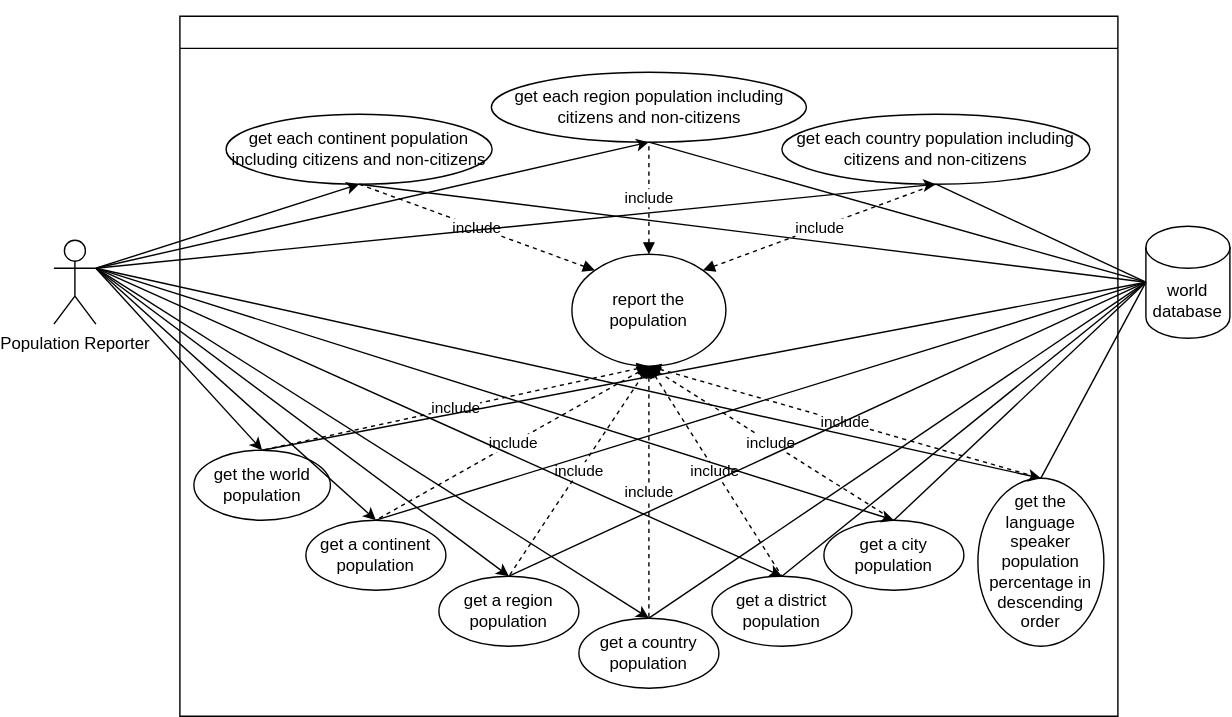
The draw.io diagram use-cases/PopulationReporterUseCase.svg in naingkhanthtet/devopteam4, before a commit. Source tidied: cells renumbered, new cells last; positions are measured from the earlier drawing's top-left corner, leaving out a move shared by most shapes. Source of this version:
```xml
<mxGraphModel>
  <root>
    <mxCell id="0" />
    <mxCell id="1" parent="0" />
    <mxCell id="2" value="Population Reporter" style="shape=umlActor;verticalLabelPosition=bottom;verticalAlign=top;html=1;outlineConnect=0;" parent="1" vertex="1">
      <mxGeometry y="160" width="30" height="60" as="geometry" />
    </mxCell>
    <mxCell id="3" value="&lt;h3 style=&quot;color: rgb(255, 255, 255); font-style: normal; font-variant-ligatures: normal; font-variant-caps: normal; font-weight: 400; letter-spacing: normal; orphans: 2; text-align: start; text-indent: 0px; text-transform: none; widows: 2; word-spacing: 0px; -webkit-text-stroke-width: 0px; text-decoration-thickness: initial; text-decoration-style: initial; text-decoration-color: initial; overflow-wrap: break-word;&quot;&gt;&lt;font face=&quot;Helvetica&quot;&gt;Population Reporting System&lt;/font&gt;&lt;/h3&gt;" style="swimlane;whiteSpace=wrap;html=1;" parent="1" vertex="1">
      <mxGeometry x="90" width="670" height="500" as="geometry" />
    </mxCell>
    <mxCell id="4" value="get each continent population including citizens and non-citizens" style="ellipse;whiteSpace=wrap;html=1;" parent="3" vertex="1">
      <mxGeometry x="33" y="70" width="190" height="50" as="geometry" />
    </mxCell>
    <mxCell id="5" value="get each region population including citizens and non-citizens" style="ellipse;whiteSpace=wrap;html=1;" parent="3" vertex="1">
      <mxGeometry x="222.5" y="40" width="225" height="50" as="geometry" />
    </mxCell>
    <mxCell id="6" value="get the world population" style="ellipse;whiteSpace=wrap;html=1;" parent="3" vertex="1">
      <mxGeometry x="10" y="310" width="97.5" height="50" as="geometry" />
    </mxCell>
    <mxCell id="7" value="get a region population" style="ellipse;whiteSpace=wrap;html=1;" parent="3" vertex="1">
      <mxGeometry x="185" y="400" width="100" height="50" as="geometry" />
    </mxCell>
    <mxCell id="8" value="get a continent population" style="ellipse;whiteSpace=wrap;html=1;" parent="3" vertex="1">
      <mxGeometry x="90" y="360" width="100" height="50" as="geometry" />
    </mxCell>
    <mxCell id="9" value="report the population" style="ellipse;whiteSpace=wrap;html=1;" parent="3" vertex="1">
      <mxGeometry x="280" y="170" width="110" height="80" as="geometry" />
    </mxCell>
    <mxCell id="10" value="include" style="endArrow=none;dashed=1;html=1;rounded=0;fontFamily=Helvetica;entryX=0.5;entryY=1;entryDx=0;entryDy=0;endFill=0;startArrow=block;startFill=1;exitX=0.5;exitY=0;exitDx=0;exitDy=0;" parent="3" edge="1" source="9" target="5">
      <mxGeometry relative="1" as="geometry" />
    </mxCell>
    <mxCell id="11" value="include" style="endArrow=none;dashed=1;html=1;rounded=0;fontFamily=Helvetica;entryX=0.5;entryY=1;entryDx=0;entryDy=0;endFill=0;startArrow=block;startFill=1;exitX=0;exitY=0;exitDx=0;exitDy=0;" parent="3" edge="1" source="9" target="4">
      <mxGeometry relative="1" as="geometry" />
    </mxCell>
    <mxCell id="12" value="include" style="endArrow=none;dashed=1;html=1;rounded=0;fontFamily=Helvetica;entryX=0.5;entryY=0;entryDx=0;entryDy=0;endFill=0;startArrow=block;startFill=1;exitX=0.5;exitY=1;exitDx=0;exitDy=0;" parent="3" edge="1" source="9" target="8">
      <mxGeometry relative="1" as="geometry" />
    </mxCell>
    <mxCell id="13" value="include" style="endArrow=none;dashed=1;html=1;rounded=0;fontFamily=Helvetica;entryX=0.5;entryY=0;entryDx=0;entryDy=0;endFill=0;startArrow=block;startFill=1;exitX=0.5;exitY=1;exitDx=0;exitDy=0;" parent="3" edge="1" source="9" target="6">
      <mxGeometry relative="1" as="geometry" />
    </mxCell>
    <mxCell id="14" value="include" style="endArrow=none;dashed=1;html=1;rounded=0;fontFamily=Helvetica;entryX=0.5;entryY=0;entryDx=0;entryDy=0;endFill=0;startArrow=block;startFill=1;exitX=0.5;exitY=1;exitDx=0;exitDy=0;" parent="3" edge="1" source="9" target="7">
      <mxGeometry relative="1" as="geometry" />
    </mxCell>
    <mxCell id="15" value="get each country population including citizens and non-citizens" style="ellipse;whiteSpace=wrap;html=1;" parent="3" vertex="1">
      <mxGeometry x="430" y="70" width="220" height="50" as="geometry" />
    </mxCell>
    <mxCell id="16" value="include" style="endArrow=none;dashed=1;html=1;rounded=0;fontFamily=Helvetica;entryX=0.5;entryY=1;entryDx=0;entryDy=0;endFill=0;startArrow=block;startFill=1;exitX=1;exitY=0;exitDx=0;exitDy=0;" parent="3" edge="1" source="9" target="15">
      <mxGeometry relative="1" as="geometry" />
    </mxCell>
    <mxCell id="17" value="get a country population" style="ellipse;whiteSpace=wrap;html=1;" parent="3" vertex="1">
      <mxGeometry x="285" y="430" width="100" height="50" as="geometry" />
    </mxCell>
    <mxCell id="18" value="get a district population" style="ellipse;whiteSpace=wrap;html=1;" parent="3" vertex="1">
      <mxGeometry x="380" y="400" width="100" height="50" as="geometry" />
    </mxCell>
    <mxCell id="19" value="get a city population" style="ellipse;whiteSpace=wrap;html=1;" parent="3" vertex="1">
      <mxGeometry x="460" y="360" width="100" height="50" as="geometry" />
    </mxCell>
    <mxCell id="20" value="include" style="endArrow=none;dashed=1;html=1;rounded=0;fontFamily=Helvetica;entryX=0.5;entryY=0;entryDx=0;entryDy=0;endFill=0;startArrow=block;startFill=1;exitX=0.5;exitY=1;exitDx=0;exitDy=0;" parent="3" edge="1" source="9" target="17">
      <mxGeometry relative="1" as="geometry" />
    </mxCell>
    <mxCell id="21" value="include" style="endArrow=none;dashed=1;html=1;rounded=0;fontFamily=Helvetica;entryX=0.5;entryY=0;entryDx=0;entryDy=0;endFill=0;startArrow=block;startFill=1;exitX=0.5;exitY=1;exitDx=0;exitDy=0;" parent="3" edge="1" source="9" target="18">
      <mxGeometry relative="1" as="geometry" />
    </mxCell>
    <mxCell id="22" value="include" style="endArrow=none;dashed=1;html=1;rounded=0;fontFamily=Helvetica;entryX=0.5;entryY=0;entryDx=0;entryDy=0;endFill=0;startArrow=block;startFill=1;exitX=0.5;exitY=1;exitDx=0;exitDy=0;" parent="3" edge="1" source="9" target="19">
      <mxGeometry relative="1" as="geometry" />
    </mxCell>
    <mxCell id="23" value="get the language speaker population percentage in descending order" style="ellipse;whiteSpace=wrap;html=1;" parent="3" vertex="1">
      <mxGeometry x="570" y="330" width="90" height="120" as="geometry" />
    </mxCell>
    <mxCell id="24" value="include" style="endArrow=none;dashed=1;html=1;rounded=0;fontFamily=Helvetica;entryX=0.5;entryY=0;entryDx=0;entryDy=0;endFill=0;startArrow=block;startFill=1;exitX=0.5;exitY=1;exitDx=0;exitDy=0;" parent="3" edge="1" source="9" target="23">
      <mxGeometry relative="1" as="geometry" />
    </mxCell>
    <mxCell id="25" value="world database" style="shape=cylinder3;whiteSpace=wrap;html=1;boundedLbl=1;backgroundOutline=1;size=15;" parent="1" vertex="1">
      <mxGeometry x="780" y="150" width="60" height="80" as="geometry" />
    </mxCell>
    <mxCell id="26" style="endArrow=classic;html=1;rounded=0;fontFamily=Helvetica;exitX=1;exitY=0.3333333333333333;exitDx=0;exitDy=0;exitPerimeter=0;entryX=0.5;entryY=0;entryDx=0;entryDy=0;" parent="1" edge="1" source="2" target="6">
      <mxGeometry relative="1" as="geometry" />
    </mxCell>
    <mxCell id="27" style="endArrow=classic;html=1;rounded=0;fontFamily=Helvetica;entryX=0.5;entryY=1;entryDx=0;entryDy=0;exitX=1;exitY=0.3333333333333333;exitDx=0;exitDy=0;exitPerimeter=0;" parent="1" edge="1" source="2" target="15">
      <mxGeometry relative="1" as="geometry" />
    </mxCell>
    <mxCell id="28" style="endArrow=classic;html=1;rounded=0;fontFamily=Helvetica;exitX=1;exitY=0.3333333333333333;exitDx=0;exitDy=0;exitPerimeter=0;entryX=0.5;entryY=1;entryDx=0;entryDy=0;" parent="1" edge="1" source="2" target="5">
      <mxGeometry relative="1" as="geometry" />
    </mxCell>
    <mxCell id="29" style="endArrow=classic;html=1;fontFamily=Helvetica;exitX=1;exitY=0.3333333333333333;exitDx=0;exitDy=0;exitPerimeter=0;entryX=0.5;entryY=1;entryDx=0;entryDy=0;curved=1;" parent="1" edge="1" source="2" target="4">
      <mxGeometry relative="1" as="geometry" />
    </mxCell>
    <mxCell id="30" style="endArrow=none;html=1;fontFamily=Helvetica;curved=1;entryX=0;entryY=0.5;entryDx=0;entryDy=0;entryPerimeter=0;exitX=0.5;exitY=0;exitDx=0;exitDy=0;" parent="1" edge="1" source="8" target="25">
      <mxGeometry relative="1" as="geometry" />
    </mxCell>
    <mxCell id="31" style="endArrow=none;html=1;fontFamily=Helvetica;curved=1;entryX=0;entryY=0.5;entryDx=0;entryDy=0;entryPerimeter=0;exitX=0.5;exitY=0;exitDx=0;exitDy=0;" parent="1" edge="1" source="7" target="25">
      <mxGeometry relative="1" as="geometry" />
    </mxCell>
    <mxCell id="32" style="endArrow=none;html=1;fontFamily=Helvetica;curved=1;entryX=0;entryY=0.5;entryDx=0;entryDy=0;entryPerimeter=0;exitX=0.5;exitY=0;exitDx=0;exitDy=0;" parent="1" edge="1" source="6" target="25">
      <mxGeometry relative="1" as="geometry" />
    </mxCell>
    <mxCell id="33" style="endArrow=none;html=1;fontFamily=Helvetica;curved=1;entryX=0;entryY=0.5;entryDx=0;entryDy=0;entryPerimeter=0;exitX=0.5;exitY=1;exitDx=0;exitDy=0;" parent="1" edge="1" source="5" target="25">
      <mxGeometry relative="1" as="geometry" />
    </mxCell>
    <mxCell id="34" style="endArrow=none;html=1;fontFamily=Helvetica;curved=1;entryX=0;entryY=0.5;entryDx=0;entryDy=0;entryPerimeter=0;exitX=0.5;exitY=1;exitDx=0;exitDy=0;startArrow=none;" parent="1" edge="1" source="15" target="25">
      <mxGeometry relative="1" as="geometry" />
    </mxCell>
    <mxCell id="35" style="endArrow=none;html=1;fontFamily=Helvetica;curved=1;entryX=0;entryY=0.5;entryDx=0;entryDy=0;entryPerimeter=0;exitX=0.5;exitY=1;exitDx=0;exitDy=0;" parent="1" edge="1" source="4" target="25">
      <mxGeometry relative="1" as="geometry" />
    </mxCell>
    <mxCell id="36" style="endArrow=none;html=1;fontFamily=Helvetica;curved=1;entryX=0;entryY=0.5;entryDx=0;entryDy=0;entryPerimeter=0;exitX=0.5;exitY=0;exitDx=0;exitDy=0;" parent="1" edge="1" source="18" target="25">
      <mxGeometry relative="1" as="geometry" />
    </mxCell>
    <mxCell id="37" style="endArrow=none;html=1;fontFamily=Helvetica;curved=1;entryX=0;entryY=0.5;entryDx=0;entryDy=0;entryPerimeter=0;exitX=0.5;exitY=0;exitDx=0;exitDy=0;" parent="1" edge="1" source="17" target="25">
      <mxGeometry relative="1" as="geometry" />
    </mxCell>
    <mxCell id="38" style="endArrow=none;html=1;fontFamily=Helvetica;curved=1;entryX=0;entryY=0.5;entryDx=0;entryDy=0;entryPerimeter=0;exitX=0.5;exitY=0;exitDx=0;exitDy=0;" parent="1" edge="1" source="19" target="25">
      <mxGeometry relative="1" as="geometry" />
    </mxCell>
    <mxCell id="39" style="endArrow=classic;html=1;rounded=0;fontFamily=Helvetica;exitX=1;exitY=0.3333333333333333;exitDx=0;exitDy=0;exitPerimeter=0;entryX=0.5;entryY=0;entryDx=0;entryDy=0;" parent="1" edge="1" source="2" target="8">
      <mxGeometry relative="1" as="geometry" />
    </mxCell>
    <mxCell id="40" style="endArrow=classic;html=1;rounded=0;fontFamily=Helvetica;exitX=1;exitY=0.3333333333333333;exitDx=0;exitDy=0;exitPerimeter=0;entryX=0.5;entryY=0;entryDx=0;entryDy=0;" parent="1" edge="1" source="2" target="7">
      <mxGeometry relative="1" as="geometry" />
    </mxCell>
    <mxCell id="41" style="endArrow=classic;html=1;rounded=0;fontFamily=Helvetica;exitX=1;exitY=0.3333333333333333;exitDx=0;exitDy=0;exitPerimeter=0;entryX=0.5;entryY=0;entryDx=0;entryDy=0;" parent="1" edge="1" source="2" target="17">
      <mxGeometry relative="1" as="geometry" />
    </mxCell>
    <mxCell id="42" style="endArrow=classic;html=1;rounded=0;fontFamily=Helvetica;exitX=1;exitY=0.3333333333333333;exitDx=0;exitDy=0;exitPerimeter=0;entryX=0.5;entryY=0;entryDx=0;entryDy=0;" parent="1" edge="1" source="2" target="18">
      <mxGeometry relative="1" as="geometry" />
    </mxCell>
    <mxCell id="43" style="endArrow=classic;html=1;rounded=0;fontFamily=Helvetica;exitX=1;exitY=0.3333333333333333;exitDx=0;exitDy=0;exitPerimeter=0;entryX=0.5;entryY=0;entryDx=0;entryDy=0;" parent="1" edge="1" source="2" target="19">
      <mxGeometry relative="1" as="geometry" />
    </mxCell>
    <mxCell id="44" style="endArrow=none;html=1;fontFamily=Helvetica;curved=1;entryX=0;entryY=0.5;entryDx=0;entryDy=0;entryPerimeter=0;exitX=0.5;exitY=0;exitDx=0;exitDy=0;" parent="1" edge="1" source="23" target="25">
      <mxGeometry relative="1" as="geometry" />
    </mxCell>
    <mxCell id="45" style="endArrow=classic;html=1;rounded=0;fontFamily=Helvetica;exitX=1;exitY=0.3333333333333333;exitDx=0;exitDy=0;exitPerimeter=0;entryX=0.5;entryY=0;entryDx=0;entryDy=0;" parent="1" edge="1" source="2" target="23">
      <mxGeometry relative="1" as="geometry" />
    </mxCell>
  </root>
</mxGraphModel>
```
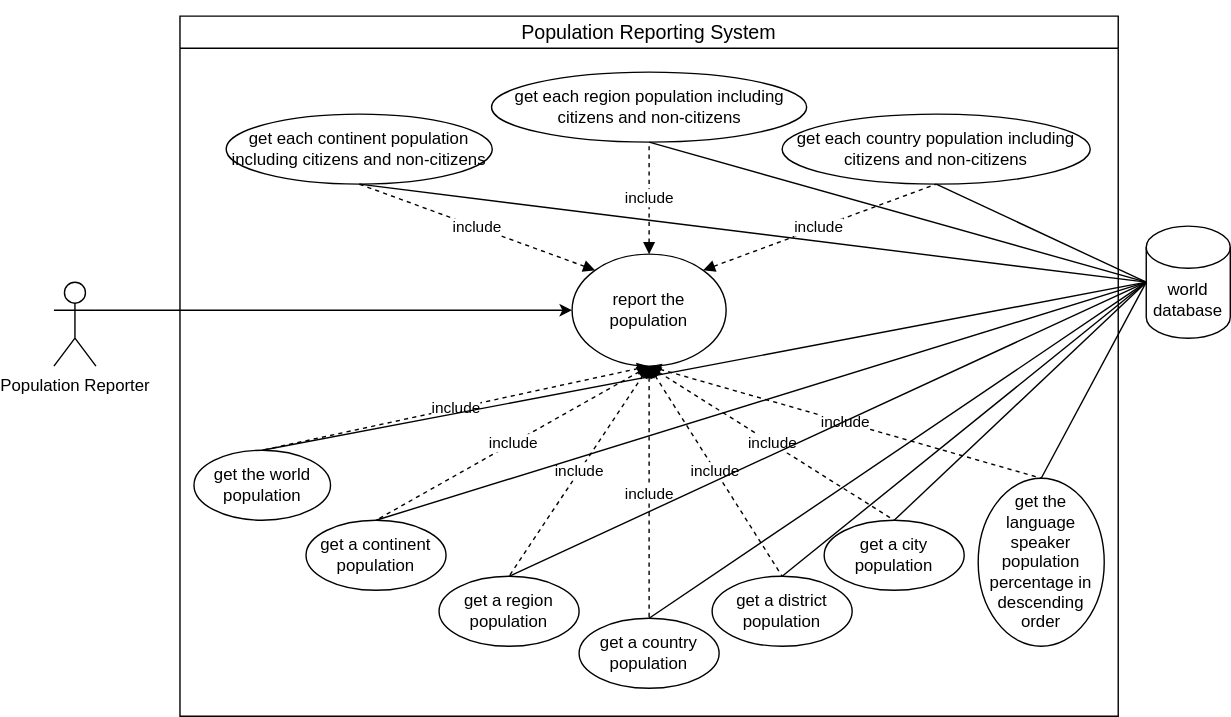
After the change.

Commit message:
new use case diagrams

What changed in the source:
```diff
@@ -3,9 +3,9 @@
     <mxCell id="0" />
     <mxCell id="1" parent="0" />
     <mxCell id="2" value="Population Reporter" style="shape=umlActor;verticalLabelPosition=bottom;verticalAlign=top;html=1;outlineConnect=0;" parent="1" vertex="1">
-      <mxGeometry y="160" width="30" height="60" as="geometry" />
+      <mxGeometry y="190" width="30" height="60" as="geometry" />
     </mxCell>
-    <mxCell id="3" value="&lt;h3 style=&quot;color: rgb(255, 255, 255); font-style: normal; font-variant-ligatures: normal; font-variant-caps: normal; font-weight: 400; letter-spacing: normal; orphans: 2; text-align: start; text-indent: 0px; text-transform: none; widows: 2; word-spacing: 0px; -webkit-text-stroke-width: 0px; text-decoration-thickness: initial; text-decoration-style: initial; text-decoration-color: initial; overflow-wrap: break-word;&quot;&gt;&lt;font face=&quot;Helvetica&quot;&gt;Population Reporting System&lt;/font&gt;&lt;/h3&gt;" style="swimlane;whiteSpace=wrap;html=1;" parent="1" vertex="1">
+    <mxCell id="3" value="&lt;h3 style=&quot;font-style: normal; font-variant-ligatures: normal; font-variant-caps: normal; font-weight: 400; letter-spacing: normal; orphans: 2; text-align: start; text-indent: 0px; text-transform: none; widows: 2; word-spacing: 0px; -webkit-text-stroke-width: 0px; text-decoration-thickness: initial; text-decoration-style: initial; text-decoration-color: initial; overflow-wrap: break-word;&quot;&gt;&lt;font style=&quot;&quot; face=&quot;Helvetica&quot;&gt;Population Reporting System&lt;/font&gt;&lt;/h3&gt;" style="swimlane;whiteSpace=wrap;html=1;" parent="1" vertex="1">
       <mxGeometry x="90" width="670" height="500" as="geometry" />
     </mxCell>
     <mxCell id="4" value="get each continent population including citizens and non-citizens" style="ellipse;whiteSpace=wrap;html=1;" parent="3" vertex="1">
@@ -74,18 +74,6 @@
     <mxCell id="25" value="world database" style="shape=cylinder3;whiteSpace=wrap;html=1;boundedLbl=1;backgroundOutline=1;size=15;" parent="1" vertex="1">
       <mxGeometry x="780" y="150" width="60" height="80" as="geometry" />
     </mxCell>
-    <mxCell id="26" style="endArrow=classic;html=1;rounded=0;fontFamily=Helvetica;exitX=1;exitY=0.3333333333333333;exitDx=0;exitDy=0;exitPerimeter=0;entryX=0.5;entryY=0;entryDx=0;entryDy=0;" parent="1" edge="1" source="2" target="6">
-      <mxGeometry relative="1" as="geometry" />
-    </mxCell>
-    <mxCell id="27" style="endArrow=classic;html=1;rounded=0;fontFamily=Helvetica;entryX=0.5;entryY=1;entryDx=0;entryDy=0;exitX=1;exitY=0.3333333333333333;exitDx=0;exitDy=0;exitPerimeter=0;" parent="1" edge="1" source="2" target="15">
-      <mxGeometry relative="1" as="geometry" />
-    </mxCell>
-    <mxCell id="28" style="endArrow=classic;html=1;rounded=0;fontFamily=Helvetica;exitX=1;exitY=0.3333333333333333;exitDx=0;exitDy=0;exitPerimeter=0;entryX=0.5;entryY=1;entryDx=0;entryDy=0;" parent="1" edge="1" source="2" target="5">
-      <mxGeometry relative="1" as="geometry" />
-    </mxCell>
-    <mxCell id="29" style="endArrow=classic;html=1;fontFamily=Helvetica;exitX=1;exitY=0.3333333333333333;exitDx=0;exitDy=0;exitPerimeter=0;entryX=0.5;entryY=1;entryDx=0;entryDy=0;curved=1;" parent="1" edge="1" source="2" target="4">
-      <mxGeometry relative="1" as="geometry" />
-    </mxCell>
     <mxCell id="30" style="endArrow=none;html=1;fontFamily=Helvetica;curved=1;entryX=0;entryY=0.5;entryDx=0;entryDy=0;entryPerimeter=0;exitX=0.5;exitY=0;exitDx=0;exitDy=0;" parent="1" edge="1" source="8" target="25">
       <mxGeometry relative="1" as="geometry" />
     </mxCell>
@@ -113,25 +101,10 @@
     <mxCell id="38" style="endArrow=none;html=1;fontFamily=Helvetica;curved=1;entryX=0;entryY=0.5;entryDx=0;entryDy=0;entryPerimeter=0;exitX=0.5;exitY=0;exitDx=0;exitDy=0;" parent="1" edge="1" source="19" target="25">
       <mxGeometry relative="1" as="geometry" />
     </mxCell>
-    <mxCell id="39" style="endArrow=classic;html=1;rounded=0;fontFamily=Helvetica;exitX=1;exitY=0.3333333333333333;exitDx=0;exitDy=0;exitPerimeter=0;entryX=0.5;entryY=0;entryDx=0;entryDy=0;" parent="1" edge="1" source="2" target="8">
-      <mxGeometry relative="1" as="geometry" />
-    </mxCell>
-    <mxCell id="40" style="endArrow=classic;html=1;rounded=0;fontFamily=Helvetica;exitX=1;exitY=0.3333333333333333;exitDx=0;exitDy=0;exitPerimeter=0;entryX=0.5;entryY=0;entryDx=0;entryDy=0;" parent="1" edge="1" source="2" target="7">
-      <mxGeometry relative="1" as="geometry" />
-    </mxCell>
-    <mxCell id="41" style="endArrow=classic;html=1;rounded=0;fontFamily=Helvetica;exitX=1;exitY=0.3333333333333333;exitDx=0;exitDy=0;exitPerimeter=0;entryX=0.5;entryY=0;entryDx=0;entryDy=0;" parent="1" edge="1" source="2" target="17">
-      <mxGeometry relative="1" as="geometry" />
-    </mxCell>
-    <mxCell id="42" style="endArrow=classic;html=1;rounded=0;fontFamily=Helvetica;exitX=1;exitY=0.3333333333333333;exitDx=0;exitDy=0;exitPerimeter=0;entryX=0.5;entryY=0;entryDx=0;entryDy=0;" parent="1" edge="1" source="2" target="18">
-      <mxGeometry relative="1" as="geometry" />
-    </mxCell>
-    <mxCell id="43" style="endArrow=classic;html=1;rounded=0;fontFamily=Helvetica;exitX=1;exitY=0.3333333333333333;exitDx=0;exitDy=0;exitPerimeter=0;entryX=0.5;entryY=0;entryDx=0;entryDy=0;" parent="1" edge="1" source="2" target="19">
-      <mxGeometry relative="1" as="geometry" />
-    </mxCell>
     <mxCell id="44" style="endArrow=none;html=1;fontFamily=Helvetica;curved=1;entryX=0;entryY=0.5;entryDx=0;entryDy=0;entryPerimeter=0;exitX=0.5;exitY=0;exitDx=0;exitDy=0;" parent="1" edge="1" source="23" target="25">
       <mxGeometry relative="1" as="geometry" />
     </mxCell>
-    <mxCell id="45" style="endArrow=classic;html=1;rounded=0;fontFamily=Helvetica;exitX=1;exitY=0.3333333333333333;exitDx=0;exitDy=0;exitPerimeter=0;entryX=0.5;entryY=0;entryDx=0;entryDy=0;" parent="1" edge="1" source="2" target="23">
+    <mxCell id="45" style="endArrow=classic;html=1;rounded=0;fontFamily=Helvetica;exitX=1;exitY=0.3333333333333333;exitDx=0;exitDy=0;exitPerimeter=0;entryX=0;entryY=0.5;entryDx=0;entryDy=0;" parent="1" edge="1" source="2" target="9">
       <mxGeometry relative="1" as="geometry" />
     </mxCell>
   </root>
```
